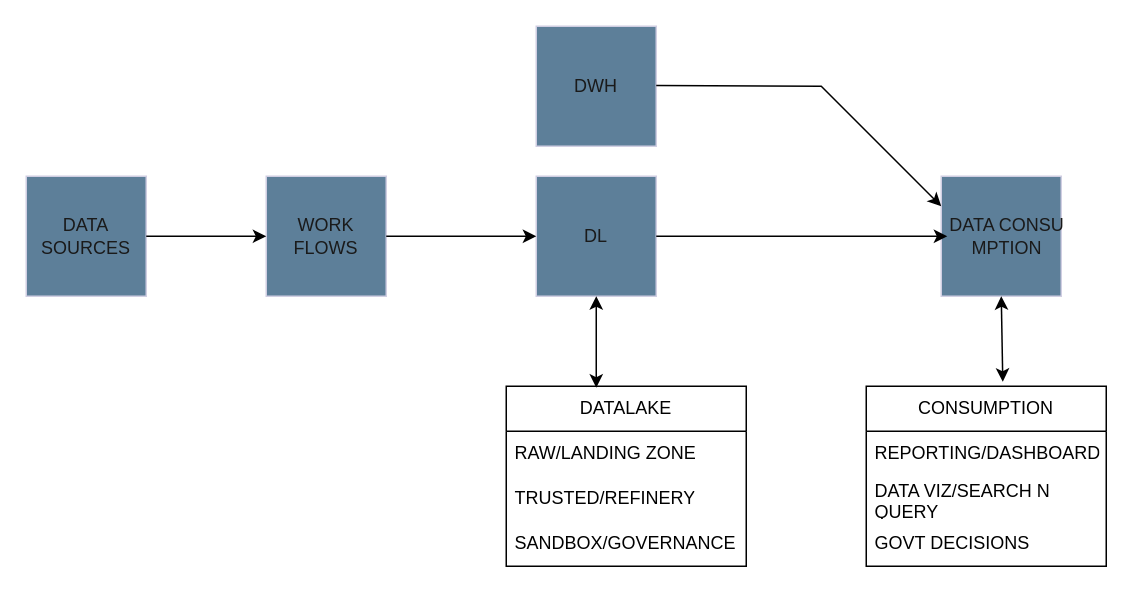
This is datasources.drawio from anapitalai/diagrams, a draw.io file, before an edit. Source tidied: cells renumbered, new cells numbered last; positions are measured from the earlier drawing's top-left corner, leaving out a move shared by most shapes. Both pictures are drawn from the tidied source at 150%, with x=0, y=0 at pixel (26, 26).
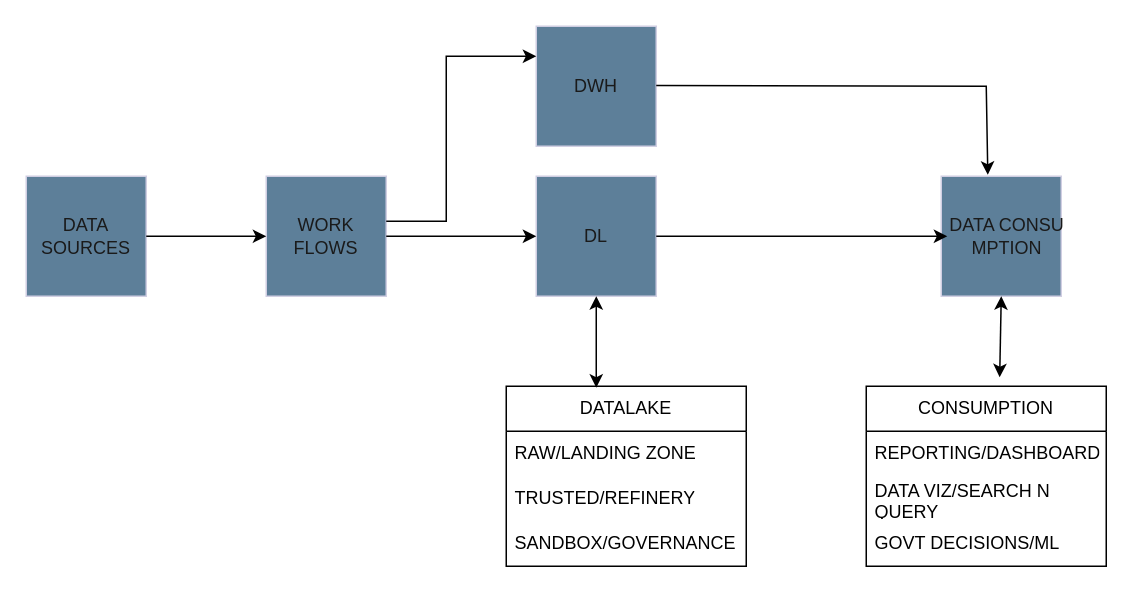
Above is the later version.

The change refers to these unchanged cells:
```xml
<mxCell id="8" style="whiteSpace=wrap;html=1;labelBackgroundColor=none;fillColor=#5D7F99;strokeColor=#D0CEE2;fontColor=#1A1A1A;" parent="1" vertex="1">
  <mxGeometry x="610" y="100" width="80" height="80" as="geometry" />
</mxCell>
<mxCell id="17" style="whiteSpace=wrap;html=1;labelBackgroundColor=none;fillColor=#5D7F99;strokeColor=#D0CEE2;fontColor=#1A1A1A;" parent="1" vertex="1">
  <mxGeometry x="340" width="80" height="80" as="geometry" />
</mxCell>
<mxCell id="20" value="CONSUMPTION" style="swimlane;fontStyle=0;horizontal=1;startSize=30;whiteSpace=wrap;html=1;" parent="1" vertex="1">
  <mxGeometry x="560" y="240" width="160" height="120" as="geometry" />
</mxCell>
```

The edit, as a diff of the source:
```diff
@@
-    <mxCell id="19" style="endArrow=classic;html=1;rounded=0;entryX=0;entryY=0.25;entryDx=0;entryDy=0;" parent="1" edge="1" target="8">
+    <mxCell id="19" style="endArrow=classic;html=1;rounded=0;entryX=0.388;entryY=-0.012;entryDx=0;entryDy=0;entryPerimeter=0;" parent="1" edge="1" target="8">
       <mxGeometry relative="1" as="geometry">
         <mxPoint x="420" y="39.5" as="sourcePoint" />
         <Array as="points">
-          <mxPoint x="530" y="40" />
+          <mxPoint x="640" y="40" />
         </Array>
       </mxGeometry>
     </mxCell>
@@
-    <mxCell id="23" value="GOVT DECISIONS" style="text;strokeColor=none;fillColor=none;align=left;verticalAlign=middle;spacingLeft=4;spacingRight=4;overflow=hidden;whiteSpace=wrap;html=1;" parent="20" vertex="1">
+    <mxCell id="23" value="GOVT DECISIONS/ML" style="text;strokeColor=none;fillColor=none;align=left;verticalAlign=middle;spacingLeft=4;spacingRight=4;overflow=hidden;whiteSpace=wrap;html=1;" parent="20" vertex="1">
       <mxGeometry y="90" width="160" height="30" as="geometry" />
     </mxCell>
@@
-    <mxCell id="25" style="endArrow=classic;startArrow=classic;html=1;rounded=0;exitX=0.569;exitY=-0.025;exitDx=0;exitDy=0;exitPerimeter=0;" parent="1" edge="1" source="20">
+    <mxCell id="25" style="endArrow=classic;startArrow=classic;html=1;rounded=0;exitX=0.556;exitY=-0.05;exitDx=0;exitDy=0;exitPerimeter=0;" parent="1" edge="1" source="20">
       <mxGeometry relative="1" as="geometry">
         <mxPoint x="650" y="180" as="targetPoint" />
       </mxGeometry>
     </mxCell>
+    <mxCell id="26" style="endArrow=classic;html=1;rounded=0;entryX=0;entryY=0.25;entryDx=0;entryDy=0;" parent="1" edge="1" target="17">
+      <mxGeometry relative="1" as="geometry">
+        <mxPoint x="240" y="130" as="sourcePoint" />
+        <Array as="points">
+          <mxPoint x="280" y="130" />
+          <mxPoint x="280" y="20" />
+        </Array>
+      </mxGeometry>
+    </mxCell>
```
